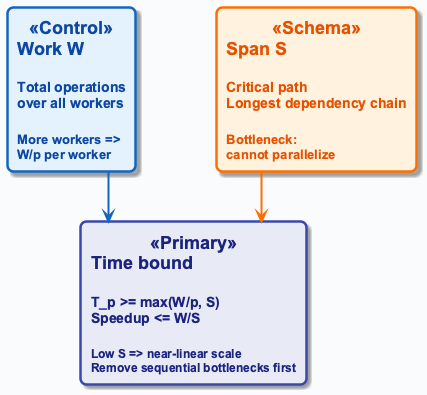
OrPerets/data-engineering-course keeps this PlantUML diagram as diagrams/week03/week3_work_span.png. Above is the earlier version.
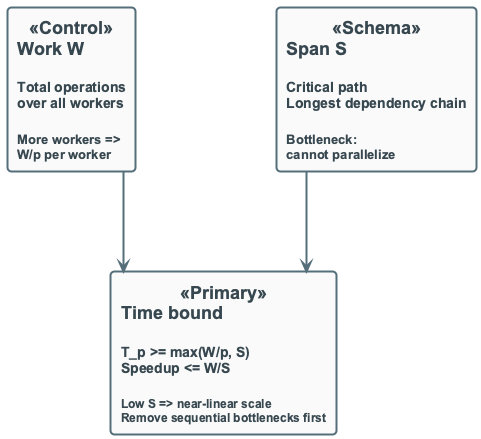
The same file after the commit.

The edit, as a diff of the source:
```diff
@@ -8,7 +8,7 @@
 
 rectangle "**Time bound**\n\n<size:14>T_p >= max(W/p, S)</size>\n<size:14>Speedup <= W/S</size>\n\n<size:12>Low S => near-linear scale</size>\n<size:12>Remove sequential bottlenecks first</size>" as BOUND <<Primary>>
 
-W -down[#1565C0,thickness=2]-> BOUND
-S -down[#FF6F00,thickness=2]-> BOUND
+W -down-> BOUND
+S -down-> BOUND
 
 @enduml
```
